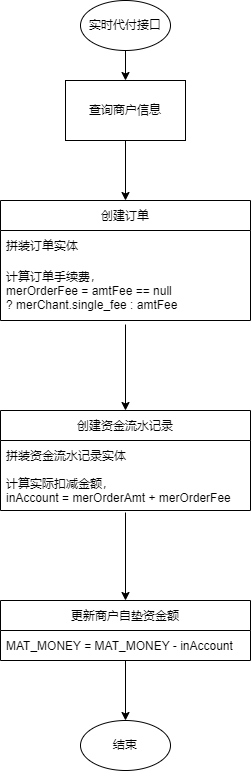
Before: 商户交易手续费计算.png, a diagram exported from draw.io (songyibo2019/mydiagrams). Source tidied: cells renumbered, new cells last; positions are measured from the earlier drawing's top-left corner, leaving out a move shared by most shapes.
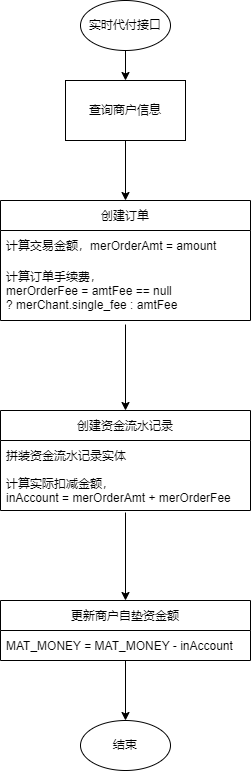
Later version of the same file.

Commit message:
Update 商户交易手续费计算.png

What changed in the source:
```diff
@@ -20,7 +20,7 @@
     <mxCell id="7" value="创建订单" style="swimlane;fontStyle=0;horizontal=1;startSize=30;" parent="1" vertex="1">
       <mxGeometry y="200" width="250" height="120" as="geometry" />
     </mxCell>
-    <mxCell id="8" value="拼装订单实体" style="text;strokeColor=none;fillColor=none;align=left;verticalAlign=middle;spacingLeft=4;spacingRight=4;overflow=hidden;" parent="7" vertex="1">
+    <mxCell id="8" value="计算交易金额，merOrderAmt = amount" style="text;strokeColor=none;fillColor=none;align=left;verticalAlign=middle;spacingLeft=4;spacingRight=4;overflow=hidden;" parent="7" vertex="1">
       <mxGeometry y="30" width="250" height="30" as="geometry" />
     </mxCell>
     <mxCell id="9" value="计算订单手续费，&#10;merOrderFee = amtFee == null &#10;? merChant.single_fee : amtFee" style="text;strokeColor=none;fillColor=none;align=left;verticalAlign=middle;spacingLeft=4;spacingRight=4;overflow=hidden;points=[[0,0.5],[1,0.5]];portConstraint=eastwest;" parent="7" vertex="1">
```
